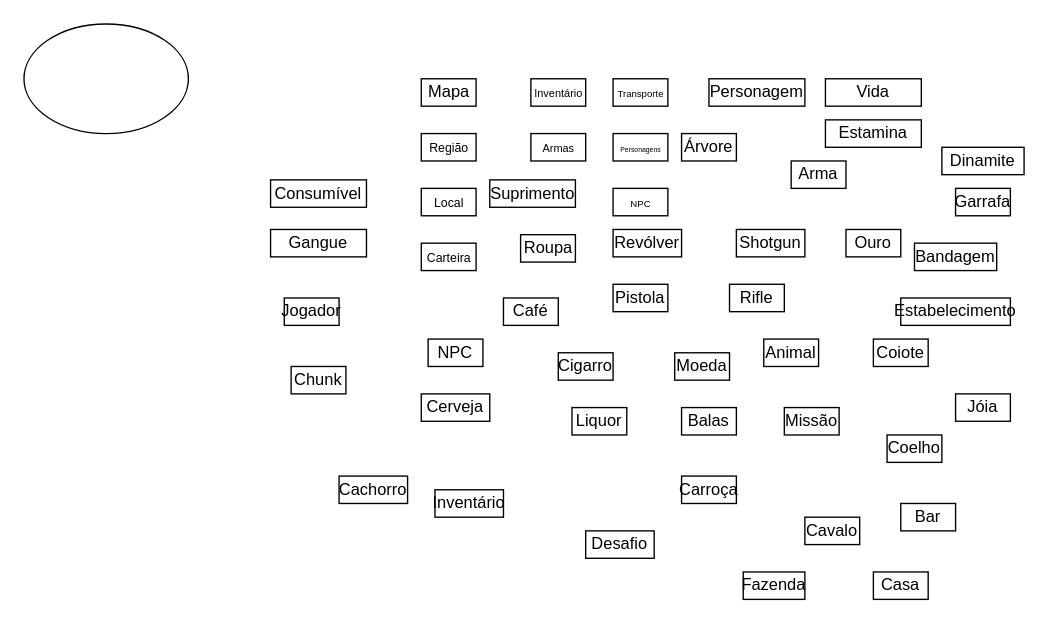
Above: assets/img/Untitled Diagram.drawio in SBD1/2024.1-Red_Dead_Redemption2 (draw.io), before the change. Source tidied: cells renumbered, new cells numbered last; positions are measured from the earlier drawing's top-left corner, leaving out a move shared by most shapes. Both pictures are drawn from the tidied source at 137%, with x=0, y=0 at pixel (23, 23).
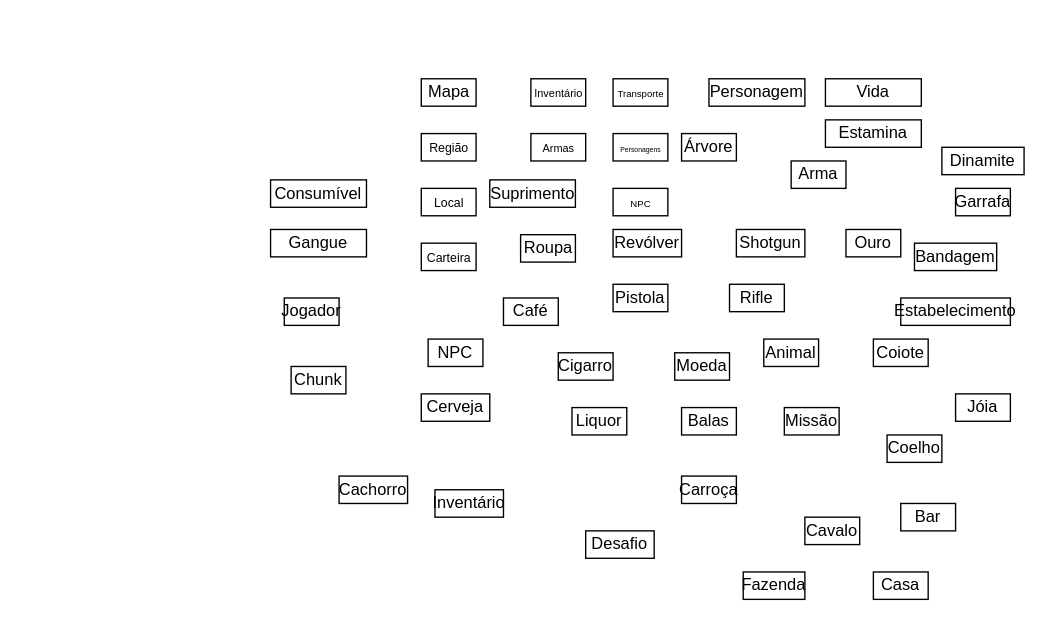
After the change.

Diff of the diagram source:
```diff
@@
-    <mxCell id="46" style="ellipse;whiteSpace=wrap;html=1;" parent="1" vertex="1">
-      <mxGeometry width="120" height="80" as="geometry" />
-    </mxCell>
```
